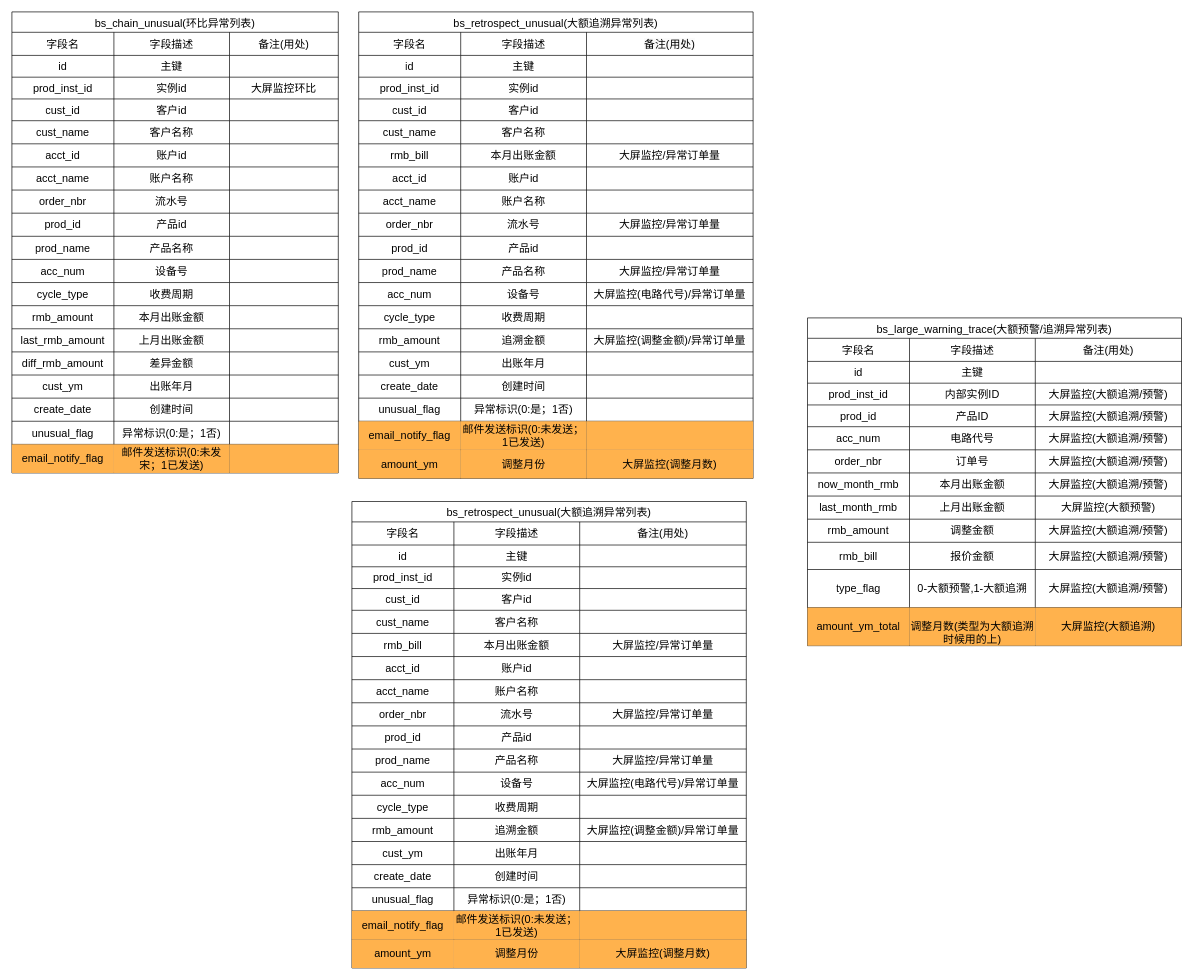
kunge2013/draw_view keeps this draw.io diagram as 环比异常设计.drawio. Above is the earlier version. Source tidied: cells renumbered, new cells numbered last; positions are measured from the earlier drawing's top-left corner, leaving out a move shared by most shapes. Both pictures are drawn from the tidied source at 68%, with x=0, y=0 at pixel (12, 12).
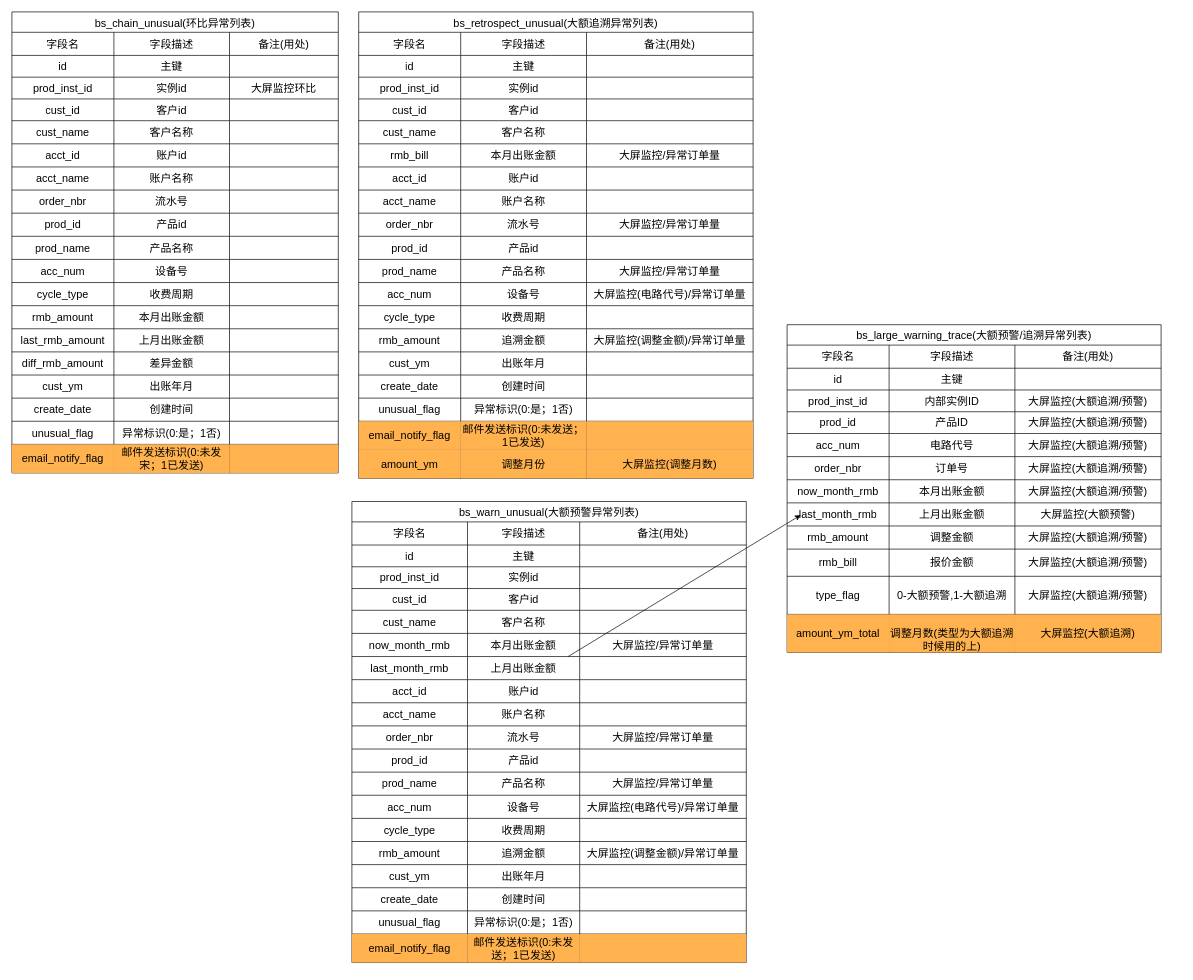
The same diagram, later.

Commit message (it also covers changes not shown here):
更新环比异常设计.drawio

The change refers to these unchanged cells:
```xml
<mxCell id="206" style="shape=tableRow;horizontal=0;startSize=0;swimlaneHead=0;swimlaneBody=0;strokeColor=inherit;top=0;left=0;bottom=0;right=0;fillColor=none;fontSize=16;" parent="205" vertex="1">
  <mxGeometry y="30" width="580" height="34" as="geometry" />
</mxCell>
<mxCell id="210" style="shape=tableRow;horizontal=0;startSize=0;swimlaneHead=0;swimlaneBody=0;strokeColor=inherit;top=0;left=0;bottom=0;right=0;fillColor=none;fontSize=16;" parent="205" vertex="1">
  <mxGeometry y="64" width="580" height="32" as="geometry" />
</mxCell>
<mxCell id="214" style="shape=tableRow;horizontal=0;startSize=0;swimlaneHead=0;swimlaneBody=0;strokeColor=inherit;top=0;left=0;bottom=0;right=0;fillColor=none;fontSize=16;" parent="205" vertex="1">
  <mxGeometry y="96" width="580" height="32" as="geometry" />
</mxCell>
<mxCell id="218" style="shape=tableRow;horizontal=0;startSize=0;swimlaneHead=0;swimlaneBody=0;strokeColor=inherit;top=0;left=0;bottom=0;right=0;fillColor=none;fontSize=16;" parent="205" vertex="1">
  <mxGeometry y="128" width="580" height="32" as="geometry" />
</mxCell>
<mxCell id="222" style="shape=tableRow;horizontal=0;startSize=0;swimlaneHead=0;swimlaneBody=0;strokeColor=inherit;top=0;left=0;bottom=0;right=0;fillColor=none;fontSize=16;" parent="205" vertex="1">
  <mxGeometry y="160" width="580" height="34" as="geometry" />
</mxCell>
<mxCell id="226" style="shape=tableRow;horizontal=0;startSize=0;swimlaneHead=0;swimlaneBody=0;strokeColor=inherit;top=0;left=0;bottom=0;right=0;fillColor=none;fontSize=16;" parent="205" vertex="1">
  <mxGeometry y="194" width="580" height="34" as="geometry" />
</mxCell>
```

Change to the diagram source:
```diff
@@
     <mxCell id="156" value="bs_large_warning_trace(大额预警/追溯异常列表)" style="shape=table;startSize=30;childLayout=tableLayout;strokeColor=default;fontSize=16;" parent="1" vertex="1">
-      <mxGeometry x="1170" y="450" width="550" height="482" as="geometry" />
+      <mxGeometry x="1140" y="460" width="550" height="482" as="geometry" />
     </mxCell>
@@
-    <mxCell id="205" value="bs_retrospect_unusual(大额追溯异常列表)" style="shape=table;startSize=30;childLayout=tableLayout;strokeColor=default;fontSize=16;" parent="1" vertex="1">
-      <mxGeometry x="500" y="720" width="580" height="686" as="geometry" />
+    <mxCell id="205" value="bs_warn_unusual(大额预警异常列表)" style="shape=table;startSize=30;childLayout=tableLayout;strokeColor=default;fontSize=16;" parent="1" vertex="1">
+      <mxGeometry x="500" y="720" width="580" height="678" as="geometry" />
     </mxCell>
@@
     <mxCell id="207" value="字段名" style="shape=partialRectangle;html=1;whiteSpace=wrap;strokeColor=inherit;overflow=hidden;fillColor=none;top=0;left=0;bottom=0;right=0;fontSize=16;align=center;" parent="206" vertex="1">
-      <mxGeometry width="150" height="34" as="geometry" />
+      <mxGeometry width="170" height="34" as="geometry" />
     </mxCell>
     <mxCell id="208" value="字段描述" style="shape=partialRectangle;html=1;whiteSpace=wrap;strokeColor=inherit;overflow=hidden;fillColor=none;top=0;left=0;bottom=0;right=0;fontSize=16;" parent="206" vertex="1">
-      <mxGeometry x="150" width="185" height="34" as="geometry" />
+      <mxGeometry x="170" width="165" height="34" as="geometry" />
     </mxCell>
@@
     <mxCell id="211" value="id" style="shape=partialRectangle;html=1;whiteSpace=wrap;strokeColor=inherit;overflow=hidden;fillColor=none;top=0;left=0;bottom=0;right=0;fontSize=16;" parent="210" vertex="1">
-      <mxGeometry width="150" height="32" as="geometry" />
+      <mxGeometry width="170" height="32" as="geometry" />
     </mxCell>
     <mxCell id="212" value="主键" style="shape=partialRectangle;html=1;whiteSpace=wrap;strokeColor=inherit;overflow=hidden;fillColor=none;top=0;left=0;bottom=0;right=0;fontSize=16;" parent="210" vertex="1">
-      <mxGeometry x="150" width="185" height="32" as="geometry" />
+      <mxGeometry x="170" width="165" height="32" as="geometry" />
     </mxCell>
@@
     <mxCell id="215" value="prod_inst_id" style="shape=partialRectangle;html=1;whiteSpace=wrap;strokeColor=inherit;overflow=hidden;fillColor=none;top=0;left=0;bottom=0;right=0;fontSize=16;" parent="214" vertex="1">
-      <mxGeometry width="150" height="32" as="geometry" />
+      <mxGeometry width="170" height="32" as="geometry" />
     </mxCell>
     <mxCell id="216" value="实例id" style="shape=partialRectangle;html=1;whiteSpace=wrap;strokeColor=inherit;overflow=hidden;fillColor=none;top=0;left=0;bottom=0;right=0;fontSize=16;" parent="214" vertex="1">
-      <mxGeometry x="150" width="185" height="32" as="geometry" />
+      <mxGeometry x="170" width="165" height="32" as="geometry" />
     </mxCell>
@@
     <mxCell id="219" value="cust_id" style="shape=partialRectangle;html=1;whiteSpace=wrap;strokeColor=inherit;overflow=hidden;fillColor=none;top=0;left=0;bottom=0;right=0;fontSize=16;" parent="218" vertex="1">
-      <mxGeometry width="150" height="32" as="geometry" />
+      <mxGeometry width="170" height="32" as="geometry" />
     </mxCell>
     <mxCell id="220" value="客户id" style="shape=partialRectangle;html=1;whiteSpace=wrap;strokeColor=inherit;overflow=hidden;fillColor=none;top=0;left=0;bottom=0;right=0;fontSize=16;" parent="218" vertex="1">
-      <mxGeometry x="150" width="185" height="32" as="geometry" />
+      <mxGeometry x="170" width="165" height="32" as="geometry" />
     </mxCell>
@@
     <mxCell id="223" value="cust_name" style="shape=partialRectangle;html=1;whiteSpace=wrap;strokeColor=inherit;overflow=hidden;fillColor=none;top=0;left=0;bottom=0;right=0;fontSize=16;" parent="222" vertex="1">
-      <mxGeometry width="150" height="34" as="geometry" />
+      <mxGeometry width="170" height="34" as="geometry" />
     </mxCell>
     <mxCell id="224" value="客户名称" style="shape=partialRectangle;html=1;whiteSpace=wrap;strokeColor=inherit;overflow=hidden;fillColor=none;top=0;left=0;bottom=0;right=0;fontSize=16;" parent="222" vertex="1">
-      <mxGeometry x="150" width="185" height="34" as="geometry" />
+      <mxGeometry x="170" width="165" height="34" as="geometry" />
     </mxCell>
@@
-    <mxCell id="227" value="rmb_bill" style="shape=partialRectangle;html=1;whiteSpace=wrap;strokeColor=inherit;overflow=hidden;fillColor=none;top=0;left=0;bottom=0;right=0;fontSize=16;" parent="226" vertex="1">
-      <mxGeometry width="150" height="34" as="geometry" />
+    <mxCell id="227" value="now_month_rmb" style="shape=partialRectangle;html=1;whiteSpace=wrap;strokeColor=inherit;overflow=hidden;fillColor=none;top=0;left=0;bottom=0;right=0;fontSize=16;" parent="226" vertex="1">
+      <mxGeometry width="170" height="34" as="geometry" />
     </mxCell>
     <mxCell id="228" value="本月出账金额" style="shape=partialRectangle;html=1;whiteSpace=wrap;strokeColor=inherit;overflow=hidden;fillColor=none;top=0;left=0;bottom=0;right=0;fontSize=16;" parent="226" vertex="1">
-      <mxGeometry x="150" width="185" height="34" as="geometry" />
+      <mxGeometry x="170" width="165" height="34" as="geometry" />
     </mxCell>
@@
+    <mxCell id="282" style="shape=tableRow;horizontal=0;startSize=0;swimlaneHead=0;swimlaneBody=0;strokeColor=inherit;top=0;left=0;bottom=0;right=0;fillColor=none;points=[[0,0.5],[1,0.5]];portConstraint=eastwest;fontSize=16;" parent="205" vertex="1">
+      <mxGeometry y="228" width="580" height="34" as="geometry" />
+    </mxCell>
+    <mxCell id="283" value="last_month_rmb" style="shape=partialRectangle;html=1;whiteSpace=wrap;strokeColor=inherit;overflow=hidden;fillColor=none;top=0;left=0;bottom=0;right=0;fontSize=16;" parent="282" vertex="1">
+      <mxGeometry width="170" height="34" as="geometry" />
+    </mxCell>
+    <mxCell id="284" value="上月出账金额" style="shape=partialRectangle;html=1;whiteSpace=wrap;strokeColor=inherit;overflow=hidden;fillColor=none;top=0;left=0;bottom=0;right=0;fontSize=16;" parent="282" vertex="1">
+      <mxGeometry x="170" width="165" height="34" as="geometry" />
+    </mxCell>
+    <mxCell id="285" style="shape=partialRectangle;html=1;whiteSpace=wrap;strokeColor=inherit;overflow=hidden;fillColor=none;top=0;left=0;bottom=0;right=0;fontSize=16;" parent="282" vertex="1">
+      <mxGeometry x="335" width="245" height="34" as="geometry" />
+    </mxCell>
     <mxCell id="230" style="shape=tableRow;horizontal=0;startSize=0;swimlaneHead=0;swimlaneBody=0;strokeColor=inherit;top=0;left=0;bottom=0;right=0;fillColor=none;fontSize=16;" parent="205" vertex="1">
-      <mxGeometry y="228" width="580" height="34" as="geometry" />
+      <mxGeometry y="262" width="580" height="34" as="geometry" />
     </mxCell>
     <mxCell id="231" value="acct_id" style="shape=partialRectangle;html=1;whiteSpace=wrap;strokeColor=inherit;overflow=hidden;fillColor=none;top=0;left=0;bottom=0;right=0;fontSize=16;" parent="230" vertex="1">
-      <mxGeometry width="150" height="34" as="geometry" />
+      <mxGeometry width="170" height="34" as="geometry" />
     </mxCell>
     <mxCell id="232" value="账户id" style="shape=partialRectangle;html=1;whiteSpace=wrap;strokeColor=inherit;overflow=hidden;fillColor=none;top=0;left=0;bottom=0;right=0;fontSize=16;" parent="230" vertex="1">
-      <mxGeometry x="150" width="185" height="34" as="geometry" />
+      <mxGeometry x="170" width="165" height="34" as="geometry" />
     </mxCell>
@@
     <mxCell id="234" style="shape=tableRow;horizontal=0;startSize=0;swimlaneHead=0;swimlaneBody=0;strokeColor=inherit;top=0;left=0;bottom=0;right=0;fillColor=none;fontSize=16;" parent="205" vertex="1">
-      <mxGeometry y="262" width="580" height="34" as="geometry" />
+      <mxGeometry y="296" width="580" height="34" as="geometry" />
     </mxCell>
     <mxCell id="235" value="acct_name" style="shape=partialRectangle;html=1;whiteSpace=wrap;strokeColor=inherit;overflow=hidden;fillColor=none;top=0;left=0;bottom=0;right=0;fontSize=16;" parent="234" vertex="1">
-      <mxGeometry width="150" height="34" as="geometry" />
+      <mxGeometry width="170" height="34" as="geometry" />
     </mxCell>
     <mxCell id="236" value="账户名称" style="shape=partialRectangle;html=1;whiteSpace=wrap;strokeColor=inherit;overflow=hidden;fillColor=none;top=0;left=0;bottom=0;right=0;fontSize=16;" parent="234" vertex="1">
-      <mxGeometry x="150" width="185" height="34" as="geometry" />
+      <mxGeometry x="170" width="165" height="34" as="geometry" />
     </mxCell>
@@
     <mxCell id="238" style="shape=tableRow;horizontal=0;startSize=0;swimlaneHead=0;swimlaneBody=0;strokeColor=inherit;top=0;left=0;bottom=0;right=0;fillColor=none;fontSize=16;" parent="205" vertex="1">
-      <mxGeometry y="296" width="580" height="34" as="geometry" />
+      <mxGeometry y="330" width="580" height="34" as="geometry" />
     </mxCell>
     <mxCell id="239" value="order_nbr" style="shape=partialRectangle;html=1;whiteSpace=wrap;strokeColor=inherit;overflow=hidden;fillColor=none;top=0;left=0;bottom=0;right=0;fontSize=16;" parent="238" vertex="1">
-      <mxGeometry width="150" height="34" as="geometry" />
+      <mxGeometry width="170" height="34" as="geometry" />
     </mxCell>
     <mxCell id="240" value="流水号" style="shape=partialRectangle;html=1;whiteSpace=wrap;strokeColor=inherit;overflow=hidden;fillColor=none;top=0;left=0;bottom=0;right=0;fontSize=16;" parent="238" vertex="1">
-      <mxGeometry x="150" width="185" height="34" as="geometry" />
+      <mxGeometry x="170" width="165" height="34" as="geometry" />
     </mxCell>
@@
     <mxCell id="242" style="shape=tableRow;horizontal=0;startSize=0;swimlaneHead=0;swimlaneBody=0;strokeColor=inherit;top=0;left=0;bottom=0;right=0;fillColor=none;fontSize=16;" parent="205" vertex="1">
-      <mxGeometry y="330" width="580" height="34" as="geometry" />
+      <mxGeometry y="364" width="580" height="34" as="geometry" />
     </mxCell>
     <mxCell id="243" value="prod_id" style="shape=partialRectangle;html=1;whiteSpace=wrap;strokeColor=inherit;overflow=hidden;fillColor=none;top=0;left=0;bottom=0;right=0;fontSize=16;" parent="242" vertex="1">
-      <mxGeometry width="150" height="34" as="geometry" />
+      <mxGeometry width="170" height="34" as="geometry" />
     </mxCell>
     <mxCell id="244" value="产品id" style="shape=partialRectangle;html=1;whiteSpace=wrap;strokeColor=inherit;overflow=hidden;fillColor=none;top=0;left=0;bottom=0;right=0;fontSize=16;" parent="242" vertex="1">
-      <mxGeometry x="150" width="185" height="34" as="geometry" />
+      <mxGeometry x="170" width="165" height="34" as="geometry" />
     </mxCell>
@@
     <mxCell id="246" style="shape=tableRow;horizontal=0;startSize=0;swimlaneHead=0;swimlaneBody=0;strokeColor=inherit;top=0;left=0;bottom=0;right=0;fillColor=none;fontSize=16;" parent="205" vertex="1">
-      <mxGeometry y="364" width="580" height="34" as="geometry" />
+      <mxGeometry y="398" width="580" height="34" as="geometry" />
     </mxCell>
     <mxCell id="247" value="prod_name" style="shape=partialRectangle;html=1;whiteSpace=wrap;strokeColor=inherit;overflow=hidden;fillColor=none;top=0;left=0;bottom=0;right=0;fontSize=16;" parent="246" vertex="1">
-      <mxGeometry width="150" height="34" as="geometry" />
+      <mxGeometry width="170" height="34" as="geometry" />
     </mxCell>
     <mxCell id="248" value="产品名称" style="shape=partialRectangle;html=1;whiteSpace=wrap;strokeColor=inherit;overflow=hidden;fillColor=none;top=0;left=0;bottom=0;right=0;fontSize=16;" parent="246" vertex="1">
-      <mxGeometry x="150" width="185" height="34" as="geometry" />
+      <mxGeometry x="170" width="165" height="34" as="geometry" />
     </mxCell>
@@
     <mxCell id="250" style="shape=tableRow;horizontal=0;startSize=0;swimlaneHead=0;swimlaneBody=0;strokeColor=inherit;top=0;left=0;bottom=0;right=0;fillColor=none;fontSize=16;" parent="205" vertex="1">
-      <mxGeometry y="398" width="580" height="34" as="geometry" />
+      <mxGeometry y="432" width="580" height="34" as="geometry" />
     </mxCell>
     <mxCell id="251" value="acc_num" style="shape=partialRectangle;html=1;whiteSpace=wrap;strokeColor=inherit;overflow=hidden;fillColor=none;top=0;left=0;bottom=0;right=0;fontSize=16;" parent="250" vertex="1">
-      <mxGeometry width="150" height="34" as="geometry" />
+      <mxGeometry width="170" height="34" as="geometry" />
     </mxCell>
     <mxCell id="252" value="设备号" style="shape=partialRectangle;html=1;whiteSpace=wrap;strokeColor=inherit;overflow=hidden;fillColor=none;top=0;left=0;bottom=0;right=0;fontSize=16;" parent="250" vertex="1">
-      <mxGeometry x="150" width="185" height="34" as="geometry" />
+      <mxGeometry x="170" width="165" height="34" as="geometry" />
     </mxCell>
@@
     <mxCell id="254" style="shape=tableRow;horizontal=0;startSize=0;swimlaneHead=0;swimlaneBody=0;strokeColor=inherit;top=0;left=0;bottom=0;right=0;fillColor=none;fontSize=16;" parent="205" vertex="1">
-      <mxGeometry y="432" width="580" height="34" as="geometry" />
+      <mxGeometry y="466" width="580" height="34" as="geometry" />
     </mxCell>
     <mxCell id="255" value="cycle_type" style="shape=partialRectangle;html=1;whiteSpace=wrap;strokeColor=inherit;overflow=hidden;fillColor=none;top=0;left=0;bottom=0;right=0;fontSize=16;" parent="254" vertex="1">
-      <mxGeometry width="150" height="34" as="geometry" />
+      <mxGeometry width="170" height="34" as="geometry" />
     </mxCell>
     <mxCell id="256" value="收费周期" style="shape=partialRectangle;html=1;whiteSpace=wrap;strokeColor=inherit;overflow=hidden;fillColor=none;top=0;left=0;bottom=0;right=0;fontSize=16;" parent="254" vertex="1">
-      <mxGeometry x="150" width="185" height="34" as="geometry" />
+      <mxGeometry x="170" width="165" height="34" as="geometry" />
     </mxCell>
@@
     <mxCell id="258" style="shape=tableRow;horizontal=0;startSize=0;swimlaneHead=0;swimlaneBody=0;strokeColor=inherit;top=0;left=0;bottom=0;right=0;fillColor=none;fontSize=16;" parent="205" vertex="1">
-      <mxGeometry y="466" width="580" height="34" as="geometry" />
+      <mxGeometry y="500" width="580" height="34" as="geometry" />
     </mxCell>
     <mxCell id="259" value="rmb_amount" style="shape=partialRectangle;html=1;whiteSpace=wrap;strokeColor=inherit;overflow=hidden;fillColor=none;top=0;left=0;bottom=0;right=0;fontSize=16;" parent="258" vertex="1">
-      <mxGeometry width="150" height="34" as="geometry" />
+      <mxGeometry width="170" height="34" as="geometry" />
     </mxCell>
     <mxCell id="260" value="追溯金额" style="shape=partialRectangle;html=1;whiteSpace=wrap;strokeColor=inherit;overflow=hidden;fillColor=none;top=0;left=0;bottom=0;right=0;fontSize=16;" parent="258" vertex="1">
-      <mxGeometry x="150" width="185" height="34" as="geometry" />
+      <mxGeometry x="170" width="165" height="34" as="geometry" />
     </mxCell>
@@
     <mxCell id="262" style="shape=tableRow;horizontal=0;startSize=0;swimlaneHead=0;swimlaneBody=0;strokeColor=inherit;top=0;left=0;bottom=0;right=0;fillColor=none;fontSize=16;" parent="205" vertex="1">
-      <mxGeometry y="500" width="580" height="34" as="geometry" />
+      <mxGeometry y="534" width="580" height="34" as="geometry" />
     </mxCell>
     <mxCell id="263" value="cust_ym" style="shape=partialRectangle;html=1;whiteSpace=wrap;strokeColor=inherit;overflow=hidden;fillColor=none;top=0;left=0;bottom=0;right=0;fontSize=16;" parent="262" vertex="1">
-      <mxGeometry width="150" height="34" as="geometry" />
+      <mxGeometry width="170" height="34" as="geometry" />
     </mxCell>
     <mxCell id="264" value="出账年月" style="shape=partialRectangle;html=1;whiteSpace=wrap;strokeColor=inherit;overflow=hidden;fillColor=none;top=0;left=0;bottom=0;right=0;fontSize=16;" parent="262" vertex="1">
-      <mxGeometry x="150" width="185" height="34" as="geometry" />
+      <mxGeometry x="170" width="165" height="34" as="geometry" />
     </mxCell>
@@
     <mxCell id="266" style="shape=tableRow;horizontal=0;startSize=0;swimlaneHead=0;swimlaneBody=0;strokeColor=inherit;top=0;left=0;bottom=0;right=0;fillColor=none;fontSize=16;" parent="205" vertex="1">
-      <mxGeometry y="534" width="580" height="34" as="geometry" />
+      <mxGeometry y="568" width="580" height="34" as="geometry" />
     </mxCell>
     <mxCell id="267" value="create_date" style="shape=partialRectangle;html=1;whiteSpace=wrap;strokeColor=inherit;overflow=hidden;fillColor=none;top=0;left=0;bottom=0;right=0;fontSize=16;" parent="266" vertex="1">
-      <mxGeometry width="150" height="34" as="geometry" />
+      <mxGeometry width="170" height="34" as="geometry" />
     </mxCell>
     <mxCell id="268" value="创建时间" style="shape=partialRectangle;html=1;whiteSpace=wrap;strokeColor=inherit;overflow=hidden;fillColor=none;top=0;left=0;bottom=0;right=0;fontSize=16;" parent="266" vertex="1">
-      <mxGeometry x="150" width="185" height="34" as="geometry" />
+      <mxGeometry x="170" width="165" height="34" as="geometry" />
     </mxCell>
@@
     <mxCell id="270" style="shape=tableRow;horizontal=0;startSize=0;swimlaneHead=0;swimlaneBody=0;strokeColor=inherit;top=0;left=0;bottom=0;right=0;fillColor=none;fontSize=16;" parent="205" vertex="1">
-      <mxGeometry y="568" width="580" height="34" as="geometry" />
+      <mxGeometry y="602" width="580" height="34" as="geometry" />
     </mxCell>
     <mxCell id="271" value="unusual_flag" style="shape=partialRectangle;html=1;whiteSpace=wrap;strokeColor=inherit;overflow=hidden;fillColor=none;top=0;left=0;bottom=0;right=0;fontSize=16;" parent="270" vertex="1">
-      <mxGeometry width="150" height="34" as="geometry" />
+      <mxGeometry width="170" height="34" as="geometry" />
     </mxCell>
     <mxCell id="272" value="异常标识(0:是；1否)" style="shape=partialRectangle;html=1;whiteSpace=wrap;strokeColor=inherit;overflow=hidden;fillColor=none;top=0;left=0;bottom=0;right=0;fontSize=16;" parent="270" vertex="1">
-      <mxGeometry x="150" width="185" height="34" as="geometry" />
+      <mxGeometry x="170" width="165" height="34" as="geometry" />
     </mxCell>
@@
     <mxCell id="274" style="shape=tableRow;horizontal=0;startSize=0;swimlaneHead=0;swimlaneBody=0;strokeColor=inherit;top=0;left=0;bottom=0;right=0;fillColor=none;fontSize=16;" parent="205" vertex="1">
-      <mxGeometry y="602" width="580" height="42" as="geometry" />
+      <mxGeometry y="636" width="580" height="42" as="geometry" />
     </mxCell>
     <mxCell id="275" value="email_notify_flag" style="shape=partialRectangle;html=1;whiteSpace=wrap;strokeColor=inherit;overflow=hidden;fillColor=#FFB24D;top=0;left=0;bottom=0;right=0;fontSize=16;" parent="274" vertex="1">
-      <mxGeometry width="150" height="42" as="geometry" />
+      <mxGeometry width="170" height="42" as="geometry" />
     </mxCell>
     <mxCell id="276" value="邮件发送标识(0:未发送；1已发送)" style="shape=partialRectangle;html=1;whiteSpace=wrap;strokeColor=inherit;overflow=hidden;fillColor=#FFB24D;top=0;left=0;bottom=0;right=0;fontSize=16;" parent="274" vertex="1">
-      <mxGeometry x="150" width="185" height="42" as="geometry" />
+      <mxGeometry x="170" width="165" height="42" as="geometry" />
     </mxCell>
@@
-    <mxCell id="278" style="shape=tableRow;horizontal=0;startSize=0;swimlaneHead=0;swimlaneBody=0;strokeColor=inherit;top=0;left=0;bottom=0;right=0;fillColor=none;fontSize=16;" parent="205" vertex="1">
-      <mxGeometry y="644" width="580" height="42" as="geometry" />
-    </mxCell>
-    <mxCell id="279" value="amount_ym" style="shape=partialRectangle;html=1;whiteSpace=wrap;strokeColor=inherit;overflow=hidden;fillColor=#FFB24D;top=0;left=0;bottom=0;right=0;fontSize=16;" parent="278" vertex="1">
-      <mxGeometry width="150" height="42" as="geometry" />
-    </mxCell>
-    <mxCell id="280" value="调整月份" style="shape=partialRectangle;html=1;whiteSpace=wrap;strokeColor=inherit;overflow=hidden;fillColor=#FFB24D;top=0;left=0;bottom=0;right=0;fontSize=16;" parent="278" vertex="1">
-      <mxGeometry x="150" width="185" height="42" as="geometry" />
-    </mxCell>
-    <mxCell id="281" value="大屏监控(调整月数)" style="shape=partialRectangle;html=1;whiteSpace=wrap;strokeColor=inherit;overflow=hidden;fillColor=#FFB24D;top=0;left=0;bottom=0;right=0;fontSize=16;" parent="278" vertex="1">
-      <mxGeometry x="335" width="245" height="42" as="geometry" />
-    </mxCell>
+    <mxCell id="286" style="edgeStyle=none;rounded=0;jettySize=auto;html=1;" parent="1" edge="1" source="282">
+      <mxGeometry relative="1" as="geometry">
+        <mxPoint x="1160" y="740" as="targetPoint" />
+      </mxGeometry>
+    </mxCell>
```
